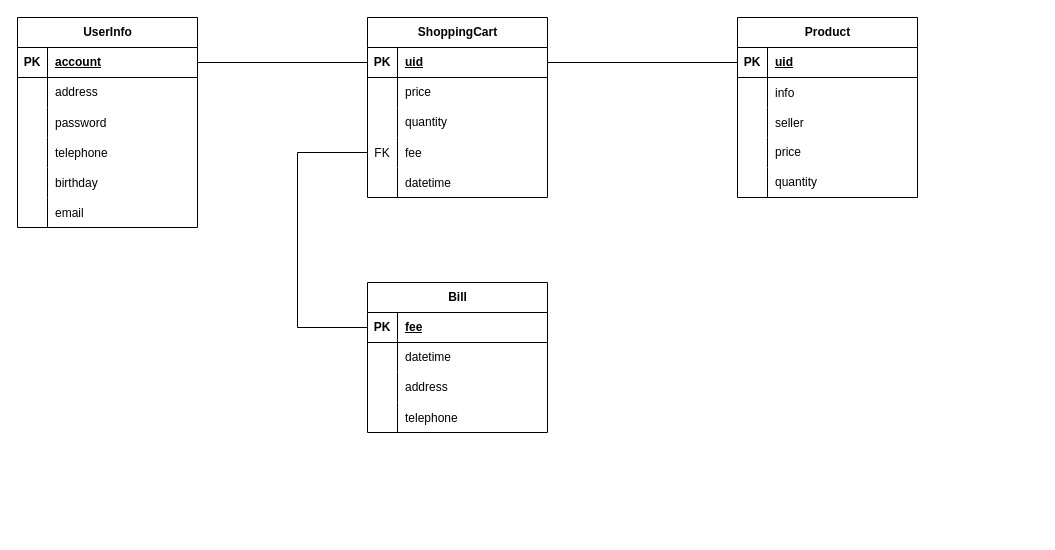
gyes990123/Lab_A keeps this draw.io diagram as 未命名绘图.drawio. Above is the earlier version. Source tidied: cells renumbered, new cells numbered last; positions are measured from the earlier drawing's top-left corner, leaving out a move shared by most shapes. Both pictures are drawn from the tidied source at 100%, with x=0, y=0 at pixel (17, 17).
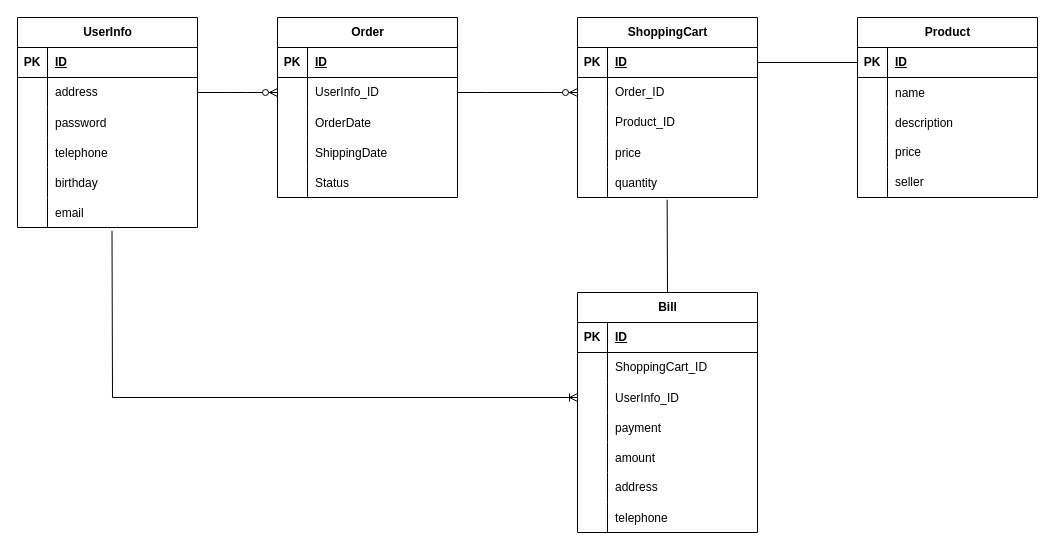
The same page after the edit.

Unchanged cells that the change refers to:
```xml
<mxCell id="3" style="shape=tableRow;horizontal=0;startSize=0;swimlaneHead=0;swimlaneBody=0;fillColor=none;top=0;left=0;right=0;bottom=1;" parent="2" vertex="1">
  <mxGeometry y="30" width="180" height="30" as="geometry" />
</mxCell>
<mxCell id="6" style="shape=tableRow;horizontal=0;startSize=0;swimlaneHead=0;swimlaneBody=0;fillColor=none;points=[[0,0.5],[1,0.5]];portConstraint=eastwest;top=0;left=0;right=0;bottom=0;" parent="2" vertex="1">
  <mxGeometry y="60" width="180" height="30" as="geometry" />
</mxCell>
<mxCell id="18" style="shape=tableRow;horizontal=0;startSize=0;swimlaneHead=0;swimlaneBody=0;fillColor=none;points=[[0,0.5],[1,0.5]];portConstraint=eastwest;top=0;left=0;right=0;bottom=0;" parent="2" vertex="1">
  <mxGeometry y="180" width="180" height="30" as="geometry" />
</mxCell>
<mxCell id="22" style="shape=tableRow;horizontal=0;startSize=0;swimlaneHead=0;swimlaneBody=0;fillColor=none;points=[[0,0.5],[1,0.5]];portConstraint=eastwest;top=0;left=0;right=0;bottom=1;" parent="21" vertex="1">
  <mxGeometry y="30" width="180" height="30" as="geometry" />
</mxCell>
<mxCell id="25" style="shape=tableRow;horizontal=0;startSize=0;swimlaneHead=0;swimlaneBody=0;fillColor=none;points=[[0,0.5],[1,0.5]];portConstraint=eastwest;top=0;left=0;right=0;bottom=0;" parent="21" vertex="1">
  <mxGeometry y="60" width="180" height="30" as="geometry" />
</mxCell>
<mxCell id="28" style="shape=tableRow;horizontal=0;startSize=0;swimlaneHead=0;swimlaneBody=0;fillColor=none;top=0;left=0;right=0;bottom=0;" parent="21" vertex="1">
  <mxGeometry y="90" width="180" height="30" as="geometry" />
</mxCell>
<mxCell id="38" style="shape=tableRow;horizontal=0;startSize=0;swimlaneHead=0;swimlaneBody=0;fillColor=none;points=[[0,0.5],[1,0.5]];portConstraint=eastwest;top=0;left=0;right=0;bottom=1;" parent="37" vertex="1">
  <mxGeometry y="30" width="180" height="30" as="geometry" />
</mxCell>
<mxCell id="41" style="shape=tableRow;horizontal=0;startSize=0;swimlaneHead=0;swimlaneBody=0;fillColor=none;top=0;left=0;right=0;bottom=0;" parent="37" vertex="1">
  <mxGeometry y="60" width="180" height="30" as="geometry" />
</mxCell>
<mxCell id="51" style="shape=tableRow;horizontal=0;startSize=0;swimlaneHead=0;swimlaneBody=0;fillColor=none;points=[[0,0.5],[1,0.5]];portConstraint=eastwest;top=0;left=0;right=0;bottom=1;" parent="50" vertex="1">
  <mxGeometry y="30" width="180" height="30" as="geometry" />
</mxCell>
<mxCell id="54" style="shape=tableRow;horizontal=0;startSize=0;swimlaneHead=0;swimlaneBody=0;fillColor=none;top=0;left=0;right=0;bottom=0;" parent="50" vertex="1">
  <mxGeometry y="60" width="180" height="30" as="geometry" />
</mxCell>
<mxCell id="57" style="shape=tableRow;horizontal=0;startSize=0;swimlaneHead=0;swimlaneBody=0;fillColor=none;top=0;left=0;right=0;bottom=0;" parent="50" vertex="1">
  <mxGeometry y="90" width="180" height="30" as="geometry" />
</mxCell>
<mxCell id="63" style="shape=tableRow;horizontal=0;startSize=0;swimlaneHead=0;swimlaneBody=0;fillColor=none;top=0;left=0;right=0;bottom=0;" parent="50" vertex="1">
  <mxGeometry y="150" width="180" height="30" as="geometry" />
</mxCell>
```

What changed in the source:
```diff
@@
-    <mxCell id="5" value="account" style="shape=partialRectangle;fillColor=none;top=0;left=0;bottom=0;right=0;align=left;spacingLeft=6;fontStyle=5;overflow=hidden;whiteSpace=wrap;html=1;" parent="3" vertex="1">
+    <mxCell id="5" value="ID" style="shape=partialRectangle;fillColor=none;top=0;left=0;bottom=0;right=0;align=left;spacingLeft=6;fontStyle=5;overflow=hidden;whiteSpace=wrap;html=1;" parent="3" vertex="1">
       <mxGeometry x="30" width="150" height="30" as="geometry" />
     </mxCell>
@@
     <mxCell id="21" value="ShoppingCart" style="shape=table;startSize=30;childLayout=tableLayout;rowLines=0;fontStyle=1;align=center;html=1;" parent="1" vertex="1">
-      <mxGeometry x="350" width="180" height="180" as="geometry" />
+      <mxGeometry x="560" width="180" height="180" as="geometry" />
     </mxCell>
@@
-    <mxCell id="24" value="uid" style="shape=partialRectangle;fillColor=none;top=0;left=0;bottom=0;right=0;align=left;spacingLeft=6;fontStyle=5;overflow=hidden;whiteSpace=wrap;html=1;" parent="22" vertex="1">
+    <mxCell id="24" value="ID" style="shape=partialRectangle;fillColor=none;top=0;left=0;bottom=0;right=0;align=left;spacingLeft=6;fontStyle=5;overflow=hidden;whiteSpace=wrap;html=1;" parent="22" vertex="1">
       <mxGeometry x="30" width="150" height="30" as="geometry" />
     </mxCell>
@@
-    <mxCell id="27" value="price" style="shape=partialRectangle;fillColor=none;top=0;left=0;bottom=0;right=0;align=left;spacingLeft=6;overflow=hidden;whiteSpace=wrap;html=1;" parent="25" vertex="1">
+    <mxCell id="27" value="Order_ID" style="shape=partialRectangle;fillColor=none;top=0;left=0;bottom=0;right=0;align=left;spacingLeft=6;overflow=hidden;whiteSpace=wrap;html=1;" parent="25" vertex="1">
       <mxGeometry x="30" width="150" height="30" as="geometry" />
     </mxCell>
@@
-    <mxCell id="30" value="quantity" style="shape=partialRectangle;fillColor=none;top=0;left=0;bottom=0;right=0;align=left;spacingLeft=6;overflow=hidden;whiteSpace=wrap;html=1;" parent="28" vertex="1">
+    <mxCell id="30" value="Product_ID" style="shape=partialRectangle;fillColor=none;top=0;left=0;bottom=0;right=0;align=left;spacingLeft=6;overflow=hidden;whiteSpace=wrap;html=1;" parent="28" vertex="1">
       <mxGeometry x="30" width="150" height="30" as="geometry" />
     </mxCell>
+    <mxCell id="69" style="shape=tableRow;horizontal=0;startSize=0;swimlaneHead=0;swimlaneBody=0;fillColor=none;top=0;left=0;right=0;bottom=0;" parent="21" vertex="1">
+      <mxGeometry y="120" width="180" height="30" as="geometry" />
+    </mxCell>
+    <mxCell id="70" style="shape=partialRectangle;fillColor=none;top=0;left=0;bottom=0;right=0;overflow=hidden;" parent="69" vertex="1">
+      <mxGeometry width="30" height="30" as="geometry" />
+    </mxCell>
+    <mxCell id="71" value="price" style="shape=partialRectangle;fillColor=none;top=0;left=0;bottom=0;right=0;align=left;spacingLeft=6;overflow=hidden;" parent="69" vertex="1">
+      <mxGeometry x="30" width="150" height="30" as="geometry" />
+    </mxCell>
     <mxCell id="31" style="shape=tableRow;horizontal=0;startSize=0;swimlaneHead=0;swimlaneBody=0;fillColor=none;points=[[0,0.5],[1,0.5]];portConstraint=eastwest;top=0;left=0;right=0;bottom=0;" parent="21" vertex="1">
-      <mxGeometry y="120" width="180" height="30" as="geometry" />
+      <mxGeometry y="150" width="180" height="30" as="geometry" />
     </mxCell>
-    <mxCell id="32" value="FK" style="shape=partialRectangle;fillColor=none;top=0;left=0;bottom=0;right=0;overflow=hidden;" parent="31" vertex="1">
+    <mxCell id="32" style="shape=partialRectangle;fillColor=none;top=0;left=0;bottom=0;right=0;overflow=hidden;" parent="31" vertex="1">
       <mxGeometry width="30" height="30" as="geometry" />
     </mxCell>
-    <mxCell id="33" value="fee" style="shape=partialRectangle;fillColor=none;top=0;left=0;bottom=0;right=0;align=left;spacingLeft=6;overflow=hidden;" parent="31" vertex="1">
+    <mxCell id="33" value="quantity" style="shape=partialRectangle;fillColor=none;top=0;left=0;bottom=0;right=0;align=left;spacingLeft=6;overflow=hidden;" parent="31" vertex="1">
       <mxGeometry x="30" width="150" height="30" as="geometry" />
     </mxCell>
-    <mxCell id="34" style="shape=tableRow;horizontal=0;startSize=0;swimlaneHead=0;swimlaneBody=0;fillColor=none;top=0;left=0;right=0;bottom=0;" parent="21" vertex="1">
-      <mxGeometry y="150" width="180" height="30" as="geometry" />
-    </mxCell>
-    <mxCell id="35" style="shape=partialRectangle;fillColor=none;top=0;left=0;bottom=0;right=0;overflow=hidden;" parent="34" vertex="1">
-      <mxGeometry width="30" height="30" as="geometry" />
-    </mxCell>
-    <mxCell id="36" value="datetime" style="shape=partialRectangle;fillColor=none;top=0;left=0;bottom=0;right=0;align=left;spacingLeft=6;overflow=hidden;" parent="34" vertex="1">
-      <mxGeometry x="30" width="150" height="30" as="geometry" />
-    </mxCell>
     <mxCell id="37" value="Bill" style="shape=table;startSize=30;childLayout=tableLayout;rowLines=0;fontStyle=1;align=center;html=1;" parent="1" vertex="1">
-      <mxGeometry x="350" y="265" width="180" height="150" as="geometry" />
+      <mxGeometry x="560" y="275" width="180" height="240" as="geometry" />
     </mxCell>
@@
-    <mxCell id="40" value="fee" style="shape=partialRectangle;fillColor=none;top=0;left=0;bottom=0;right=0;align=left;spacingLeft=6;fontStyle=5;overflow=hidden;whiteSpace=wrap;html=1;" parent="38" vertex="1">
+    <mxCell id="40" value="ID" style="shape=partialRectangle;fillColor=none;top=0;left=0;bottom=0;right=0;align=left;spacingLeft=6;fontStyle=5;overflow=hidden;whiteSpace=wrap;html=1;" parent="38" vertex="1">
       <mxGeometry x="30" width="150" height="30" as="geometry" />
     </mxCell>
@@
-    <mxCell id="43" value="datetime" style="shape=partialRectangle;fillColor=none;top=0;left=0;bottom=0;right=0;align=left;spacingLeft=6;overflow=hidden;whiteSpace=wrap;html=1;" parent="41" vertex="1">
+    <mxCell id="43" value="ShoppingCart_ID" style="shape=partialRectangle;fillColor=none;top=0;left=0;bottom=0;right=0;align=left;spacingLeft=6;overflow=hidden;whiteSpace=wrap;html=1;" parent="41" vertex="1">
       <mxGeometry x="30" width="150" height="30" as="geometry" />
     </mxCell>
+    <mxCell id="72" style="shape=tableRow;horizontal=0;startSize=0;swimlaneHead=0;swimlaneBody=0;fillColor=none;points=[[0,0.5],[1,0.5]];portConstraint=eastwest;top=0;left=0;right=0;bottom=0;" parent="37" vertex="1">
+      <mxGeometry y="90" width="180" height="30" as="geometry" />
+    </mxCell>
+    <mxCell id="73" style="shape=partialRectangle;fillColor=none;top=0;left=0;bottom=0;right=0;overflow=hidden;" parent="72" vertex="1">
+      <mxGeometry width="30" height="30" as="geometry" />
+    </mxCell>
+    <mxCell id="74" value="UserInfo_ID" style="shape=partialRectangle;fillColor=none;top=0;left=0;bottom=0;right=0;align=left;spacingLeft=6;overflow=hidden;" parent="72" vertex="1">
+      <mxGeometry x="30" width="150" height="30" as="geometry" />
+    </mxCell>
+    <mxCell id="75" style="shape=tableRow;horizontal=0;startSize=0;swimlaneHead=0;swimlaneBody=0;fillColor=none;top=0;left=0;right=0;bottom=0;" parent="37" vertex="1">
+      <mxGeometry y="120" width="180" height="30" as="geometry" />
+    </mxCell>
+    <mxCell id="76" style="shape=partialRectangle;fillColor=none;top=0;left=0;bottom=0;right=0;overflow=hidden;" parent="75" vertex="1">
+      <mxGeometry width="30" height="30" as="geometry" />
+    </mxCell>
+    <mxCell id="77" value="payment" style="shape=partialRectangle;fillColor=none;top=0;left=0;bottom=0;right=0;align=left;spacingLeft=6;overflow=hidden;" parent="75" vertex="1">
+      <mxGeometry x="30" width="150" height="30" as="geometry" />
+    </mxCell>
+    <mxCell id="78" style="shape=tableRow;horizontal=0;startSize=0;swimlaneHead=0;swimlaneBody=0;fillColor=none;top=0;left=0;right=0;bottom=0;" parent="37" vertex="1">
+      <mxGeometry y="150" width="180" height="30" as="geometry" />
+    </mxCell>
+    <mxCell id="79" style="shape=partialRectangle;fillColor=none;top=0;left=0;bottom=0;right=0;overflow=hidden;" parent="78" vertex="1">
+      <mxGeometry width="30" height="30" as="geometry" />
+    </mxCell>
+    <mxCell id="80" value="amount" style="shape=partialRectangle;fillColor=none;top=0;left=0;bottom=0;right=0;align=left;spacingLeft=6;overflow=hidden;" parent="78" vertex="1">
+      <mxGeometry x="30" width="150" height="30" as="geometry" />
+    </mxCell>
     <mxCell id="44" style="shape=tableRow;horizontal=0;startSize=0;swimlaneHead=0;swimlaneBody=0;fillColor=none;top=0;left=0;right=0;bottom=0;" parent="37" vertex="1">
-      <mxGeometry y="90" width="180" height="30" as="geometry" />
+      <mxGeometry y="180" width="180" height="30" as="geometry" />
     </mxCell>
@@
     <mxCell id="47" style="shape=tableRow;horizontal=0;startSize=0;swimlaneHead=0;swimlaneBody=0;fillColor=none;top=0;left=0;right=0;bottom=0;" parent="37" vertex="1">
-      <mxGeometry y="120" width="180" height="30" as="geometry" />
+      <mxGeometry y="210" width="180" height="30" as="geometry" />
     </mxCell>
@@
     <mxCell id="50" value="Product" style="shape=table;startSize=30;childLayout=tableLayout;rowLines=0;fontStyle=1;align=center;html=1;" parent="1" vertex="1">
-      <mxGeometry x="720" width="180" height="180" as="geometry" />
+      <mxGeometry x="840" width="180" height="180" as="geometry" />
     </mxCell>
@@
-    <mxCell id="53" value="uid" style="shape=partialRectangle;fillColor=none;top=0;left=0;bottom=0;right=0;align=left;spacingLeft=6;fontStyle=5;overflow=hidden;whiteSpace=wrap;html=1;" parent="51" vertex="1">
+    <mxCell id="53" value="ID" style="shape=partialRectangle;fillColor=none;top=0;left=0;bottom=0;right=0;align=left;spacingLeft=6;fontStyle=5;overflow=hidden;whiteSpace=wrap;html=1;" parent="51" vertex="1">
       <mxGeometry x="30" width="150" height="30" as="geometry" />
     </mxCell>
@@
-    <mxCell id="56" value="info" style="shape=partialRectangle;fillColor=none;top=0;left=0;bottom=0;right=0;align=left;spacingLeft=6;overflow=hidden;" parent="54" vertex="1">
+    <mxCell id="56" value="name" style="shape=partialRectangle;fillColor=none;top=0;left=0;bottom=0;right=0;align=left;spacingLeft=6;overflow=hidden;" parent="54" vertex="1">
       <mxGeometry x="30" width="150" height="30" as="geometry" />
     </mxCell>
@@
-    <mxCell id="59" value="seller" style="shape=partialRectangle;fillColor=none;top=0;left=0;bottom=0;right=0;align=left;spacingLeft=6;overflow=hidden;" parent="57" vertex="1">
+    <mxCell id="59" value="description" style="shape=partialRectangle;fillColor=none;top=0;left=0;bottom=0;right=0;align=left;spacingLeft=6;overflow=hidden;" parent="57" vertex="1">
       <mxGeometry x="30" width="150" height="30" as="geometry" />
     </mxCell>
@@
-    <mxCell id="65" value="quantity" style="shape=partialRectangle;fillColor=none;top=0;left=0;bottom=0;right=0;align=left;spacingLeft=6;overflow=hidden;whiteSpace=wrap;html=1;" parent="63" vertex="1">
+    <mxCell id="65" value="&lt;span style=&quot;text-wrap: nowrap;&quot;&gt;seller&lt;/span&gt;" style="shape=partialRectangle;fillColor=none;top=0;left=0;bottom=0;right=0;align=left;spacingLeft=6;overflow=hidden;whiteSpace=wrap;html=1;" parent="63" vertex="1">
       <mxGeometry x="30" width="150" height="30" as="geometry" />
     </mxCell>
-    <mxCell id="66" style="endArrow=none;html=1;rounded=0;entryX=0;entryY=0.5;entryDx=0;entryDy=0;" parent="1" edge="1" target="22">
-      <mxGeometry relative="1" as="geometry">
-        <mxPoint x="180" y="45" as="sourcePoint" />
-      </mxGeometry>
-    </mxCell>
     <mxCell id="67" style="endArrow=none;html=1;rounded=0;entryX=0;entryY=0.5;entryDx=0;entryDy=0;" parent="1" edge="1" target="51">
       <mxGeometry relative="1" as="geometry">
-        <mxPoint x="530" y="45" as="sourcePoint" />
+        <mxPoint x="740" y="45" as="sourcePoint" />
       </mxGeometry>
     </mxCell>
-    <mxCell id="68" style="endArrow=none;html=1;rounded=0;exitX=0;exitY=0.5;exitDx=0;exitDy=0;entryX=0;entryY=0.5;entryDx=0;entryDy=0;" parent="1" edge="1" source="31" target="38">
-      <mxGeometry relative="1" as="geometry">
-        <Array as="points">
-          <mxPoint x="280" y="135" />
-          <mxPoint x="280" y="310" />
-        </Array>
-      </mxGeometry>
-    </mxCell>
+    <mxCell id="81" value="Order" style="shape=table;startSize=30;childLayout=tableLayout;rowLines=0;fontStyle=1;align=center;html=1;" parent="1" vertex="1">
+      <mxGeometry x="260" width="180" height="180" as="geometry" />
+    </mxCell>
+    <mxCell id="82" style="shape=tableRow;horizontal=0;startSize=0;swimlaneHead=0;swimlaneBody=0;fillColor=none;top=0;left=0;right=0;bottom=1;" parent="81" vertex="1">
+      <mxGeometry y="30" width="180" height="30" as="geometry" />
+    </mxCell>
+    <mxCell id="83" value="PK" style="shape=partialRectangle;fillColor=none;top=0;left=0;bottom=0;right=0;fontStyle=1;overflow=hidden;whiteSpace=wrap;html=1;" parent="82" vertex="1">
+      <mxGeometry width="30" height="30" as="geometry" />
+    </mxCell>
+    <mxCell id="84" value="ID" style="shape=partialRectangle;fillColor=none;top=0;left=0;bottom=0;right=0;align=left;spacingLeft=6;fontStyle=5;overflow=hidden;whiteSpace=wrap;html=1;" parent="82" vertex="1">
+      <mxGeometry x="30" width="150" height="30" as="geometry" />
+    </mxCell>
+    <mxCell id="85" style="shape=tableRow;horizontal=0;startSize=0;swimlaneHead=0;swimlaneBody=0;fillColor=none;points=[[0,0.5],[1,0.5]];portConstraint=eastwest;top=0;left=0;right=0;bottom=0;" parent="81" vertex="1">
+      <mxGeometry y="60" width="180" height="30" as="geometry" />
+    </mxCell>
+    <mxCell id="86" style="shape=partialRectangle;fillColor=none;top=0;left=0;bottom=0;right=0;fontStyle=0;overflow=hidden;whiteSpace=wrap;html=1;" parent="85" vertex="1">
+      <mxGeometry width="30" height="30" as="geometry" />
+    </mxCell>
+    <mxCell id="87" value="UserInfo_ID" style="shape=partialRectangle;fillColor=none;top=0;left=0;bottom=0;right=0;align=left;spacingLeft=6;fontStyle=0;overflow=hidden;whiteSpace=wrap;html=1;" parent="85" vertex="1">
+      <mxGeometry x="30" width="150" height="30" as="geometry" />
+    </mxCell>
+    <mxCell id="88" style="shape=tableRow;horizontal=0;startSize=0;swimlaneHead=0;swimlaneBody=0;fillColor=none;top=0;left=0;right=0;bottom=0;" parent="81" vertex="1">
+      <mxGeometry y="90" width="180" height="30" as="geometry" />
+    </mxCell>
+    <mxCell id="89" style="shape=partialRectangle;fillColor=none;top=0;left=0;bottom=0;right=0;overflow=hidden;" parent="88" vertex="1">
+      <mxGeometry width="30" height="30" as="geometry" />
+    </mxCell>
+    <mxCell id="90" value="OrderDate" style="shape=partialRectangle;fillColor=none;top=0;left=0;bottom=0;right=0;align=left;spacingLeft=6;overflow=hidden;" parent="88" vertex="1">
+      <mxGeometry x="30" width="150" height="30" as="geometry" />
+    </mxCell>
+    <mxCell id="91" style="shape=tableRow;horizontal=0;startSize=0;swimlaneHead=0;swimlaneBody=0;fillColor=none;top=0;left=0;right=0;bottom=0;" parent="81" vertex="1">
+      <mxGeometry y="120" width="180" height="30" as="geometry" />
+    </mxCell>
+    <mxCell id="92" style="shape=partialRectangle;fillColor=none;top=0;left=0;bottom=0;right=0;overflow=hidden;" parent="91" vertex="1">
+      <mxGeometry width="30" height="30" as="geometry" />
+    </mxCell>
+    <mxCell id="93" value="ShippingDate" style="shape=partialRectangle;fillColor=none;top=0;left=0;bottom=0;right=0;align=left;spacingLeft=6;overflow=hidden;" parent="91" vertex="1">
+      <mxGeometry x="30" width="150" height="30" as="geometry" />
+    </mxCell>
+    <mxCell id="94" style="shape=tableRow;horizontal=0;startSize=0;swimlaneHead=0;swimlaneBody=0;fillColor=none;top=0;left=0;right=0;bottom=0;" parent="81" vertex="1">
+      <mxGeometry y="150" width="180" height="30" as="geometry" />
+    </mxCell>
+    <mxCell id="95" style="shape=partialRectangle;fillColor=none;top=0;left=0;bottom=0;right=0;overflow=hidden;" parent="94" vertex="1">
+      <mxGeometry width="30" height="30" as="geometry" />
+    </mxCell>
+    <mxCell id="96" value="Status" style="shape=partialRectangle;fillColor=none;top=0;left=0;bottom=0;right=0;align=left;spacingLeft=6;overflow=hidden;" parent="94" vertex="1">
+      <mxGeometry x="30" width="150" height="30" as="geometry" />
+    </mxCell>
+    <mxCell id="97" style="endArrow=none;html=1;rounded=0;exitX=0.498;exitY=1.073;exitDx=0;exitDy=0;exitPerimeter=0;entryX=0.5;entryY=0;entryDx=0;entryDy=0;" parent="1" edge="1" source="31" target="37">
+      <mxGeometry relative="1" as="geometry" />
+    </mxCell>
+    <mxCell id="98" style="fontSize=12;html=1;endArrow=ERoneToMany;rounded=0;exitX=0.525;exitY=1.108;exitDx=0;exitDy=0;exitPerimeter=0;entryX=0;entryY=0.5;entryDx=0;entryDy=0;endFill=0;" parent="1" edge="1" source="18" target="72">
+      <mxGeometry relative="1" as="geometry">
+        <Array as="points">
+          <mxPoint x="95" y="380" />
+        </Array>
+      </mxGeometry>
+    </mxCell>
+    <mxCell id="99" style="edgeStyle=entityRelationEdgeStyle;fontSize=12;html=1;endArrow=ERzeroToMany;endFill=1;rounded=0;exitX=1;exitY=0.5;exitDx=0;exitDy=0;entryX=0;entryY=0.5;entryDx=0;entryDy=0;" parent="1" edge="1" source="6" target="85">
+      <mxGeometry relative="1" as="geometry">
+        <Array as="points">
+          <mxPoint x="490" y="265" />
+        </Array>
+      </mxGeometry>
+    </mxCell>
+    <mxCell id="100" style="edgeStyle=entityRelationEdgeStyle;fontSize=12;html=1;endArrow=ERzeroToMany;endFill=1;rounded=0;exitX=1;exitY=0.5;exitDx=0;exitDy=0;entryX=0;entryY=0.5;entryDx=0;entryDy=0;" parent="1" edge="1" source="85" target="25">
+      <mxGeometry relative="1" as="geometry" />
+    </mxCell>
```
